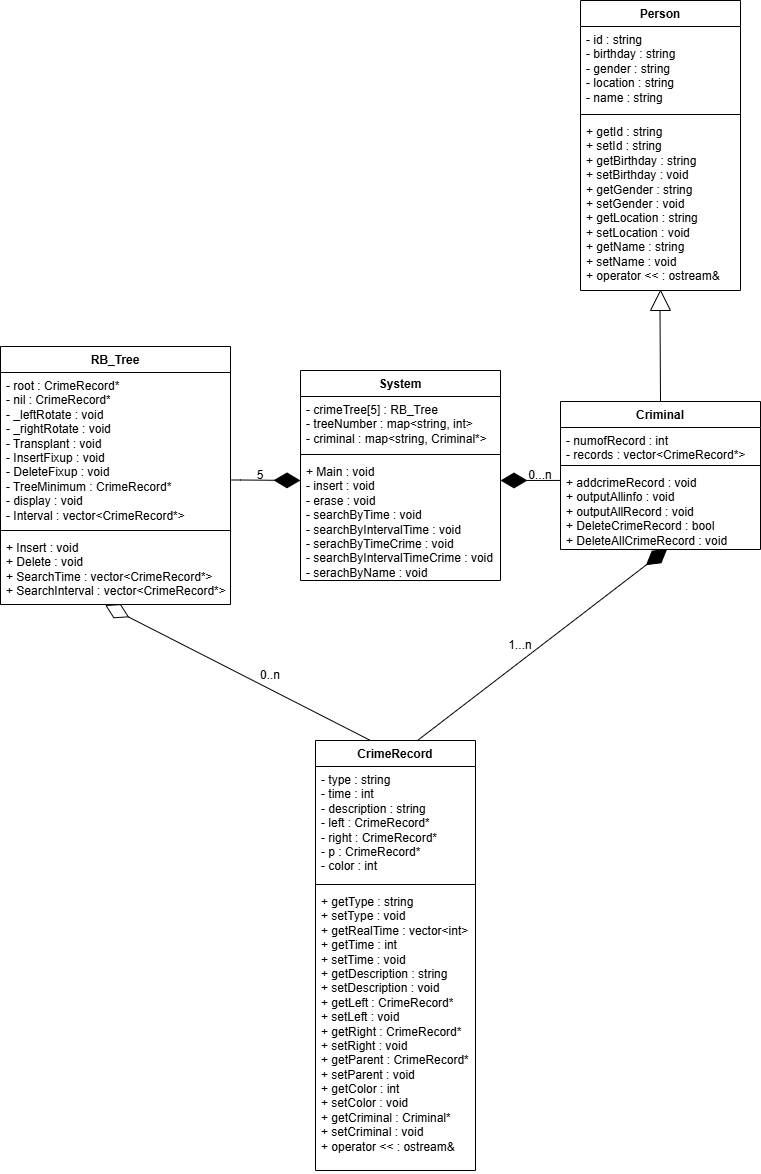
yankai-lu/OOP-criminal-record-system keeps this draw.io diagram as UML/CrimeRecordSystem_UML.drawio.png. Above is the earlier version. Source tidied: cells renumbered, new cells last; positions are measured from the earlier drawing's top-left corner, leaving out a move shared by most shapes.
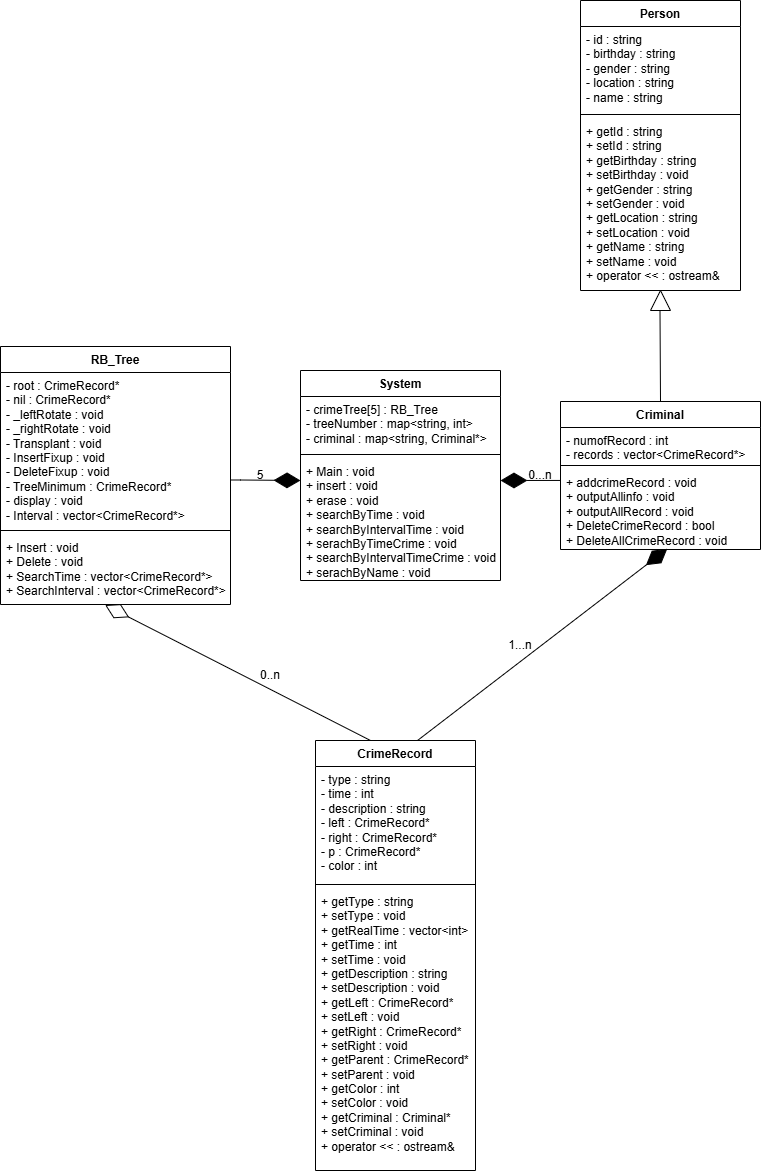
The same file after the commit.

The edit, as a diff of the source:
```diff
@@ -11,7 +11,7 @@
     <mxCell id="4" style="line;strokeWidth=1;fillColor=none;align=left;verticalAlign=middle;spacingTop=-1;spacingLeft=3;spacingRight=3;labelPosition=right;strokeColor=inherit;" parent="2" vertex="1">
       <mxGeometry y="80" width="200" height="8" as="geometry" />
     </mxCell>
-    <mxCell id="5" value="&lt;div&gt;+ Main : void&lt;/div&gt;&lt;div&gt;&lt;div&gt;&lt;div&gt;- insert : void&lt;/div&gt;&lt;div&gt;- erase : void&lt;/div&gt;&lt;/div&gt;&lt;div&gt;- searchByTime : void&lt;/div&gt;&lt;div&gt;- searchByIntervalTime : void&lt;br&gt;- serachByTimeCrime : void&lt;/div&gt;&lt;div&gt;- searchByIntervalTimeCrime : void&lt;br&gt;- serachByName : void&lt;/div&gt;&lt;/div&gt;" style="text;strokeColor=none;fillColor=none;align=left;verticalAlign=top;spacingLeft=4;spacingRight=4;overflow=hidden;whiteSpace=wrap;html=1;" parent="2" vertex="1">
+    <mxCell id="5" value="&lt;div&gt;+ Main : void&lt;/div&gt;&lt;div&gt;&lt;div&gt;&lt;div&gt;+ insert : void&lt;/div&gt;&lt;div&gt;+ erase : void&lt;/div&gt;&lt;/div&gt;&lt;div&gt;+ searchByTime : void&lt;/div&gt;&lt;div&gt;+ searchByIntervalTime : void&lt;br&gt;+ serachByTimeCrime : void&lt;/div&gt;&lt;div&gt;+ searchByIntervalTimeCrime : void&lt;br&gt;+ serachByName : void&lt;/div&gt;&lt;/div&gt;" style="text;strokeColor=none;fillColor=none;align=left;verticalAlign=top;spacingLeft=4;spacingRight=4;overflow=hidden;whiteSpace=wrap;html=1;" parent="2" vertex="1">
       <mxGeometry y="88" width="200" height="122" as="geometry" />
     </mxCell>
     <mxCell id="6" value="RB_Tree" style="swimlane;fontStyle=1;align=center;verticalAlign=top;horizontal=1;startSize=26;whiteSpace=wrap;html=1;" parent="1" vertex="1">
```
